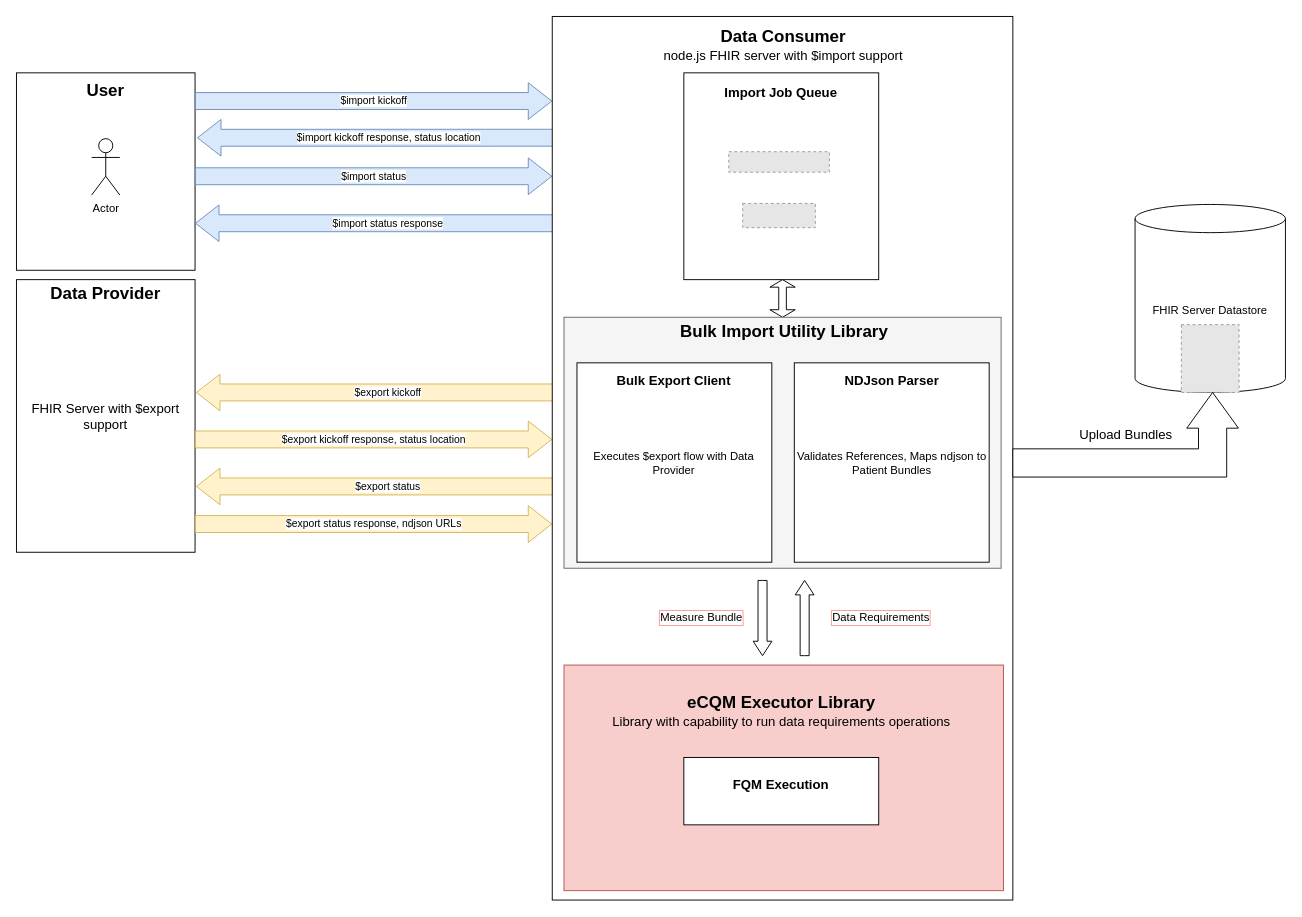
projecttacoma/deqm-test-server keeps this draw.io diagram as docs/bulk-submit-data.drawio. Above is the earlier version. Source tidied: cells renumbered, new cells numbered last; positions are measured from the earlier drawing's top-left corner, leaving out a move shared by most shapes. Both pictures are drawn from the tidied source at 94%, with x=0, y=0 at pixel (16, 16). Pictures stored in the file or linked from it are replaced by grey dashed boxes.
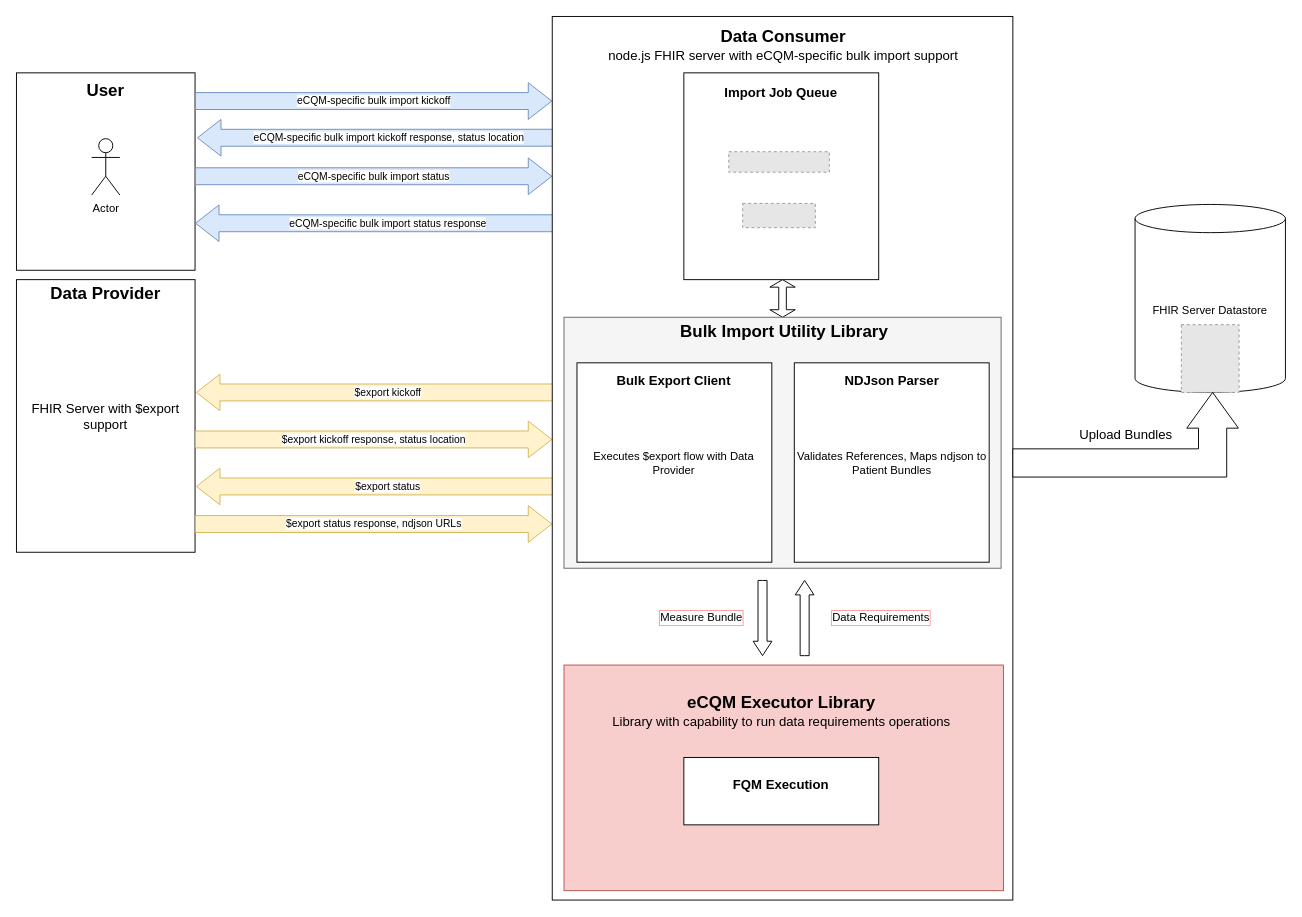
The same diagram, later.

Unchanged cells that the change refers to:
```xml
<mxCell id="3" style="rounded=0;whiteSpace=wrap;html=1;" parent="2" vertex="1">
  <mxGeometry width="190" height="210" as="geometry" />
</mxCell>
```

What changed in the source:
```diff
@@
-    <mxCell id="13" value="$import kickoff" style="shape=flexArrow;endArrow=classic;html=1;width=18;endSize=8;fillColor=#dae8fc;strokeColor=#6c8ebf;" parent="1" edge="1">
+    <mxCell id="13" value="eCQM-specific bulk import kickoff" style="shape=flexArrow;endArrow=classic;html=1;width=18;endSize=8;fillColor=#dae8fc;strokeColor=#6c8ebf;" parent="1" edge="1">
       <mxGeometry relative="1" as="geometry">
         <mxPoint x="190" y="90" as="sourcePoint" />
         <mxPoint x="570" y="90" as="targetPoint" />
       </mxGeometry>
     </mxCell>
-    <mxCell id="14" value="$import kickoff response, status location" style="shape=flexArrow;endArrow=classic;html=1;width=18;endSize=8;entryX=1.011;entryY=0.329;entryDx=0;entryDy=0;entryPerimeter=0;fillColor=#dae8fc;strokeColor=#6c8ebf;" parent="1" edge="1" target="3">
+    <mxCell id="14" value="eCQM-specific bulk import kickoff response, status location" style="shape=flexArrow;endArrow=classic;html=1;width=18;endSize=8;entryX=1.011;entryY=0.329;entryDx=0;entryDy=0;entryPerimeter=0;fillColor=#dae8fc;strokeColor=#6c8ebf;" parent="1" edge="1" target="3">
       <mxGeometry relative="1" as="geometry">
         <mxPoint x="600" y="129" as="sourcePoint" />
       </mxGeometry>
     </mxCell>
-    <mxCell id="15" value="$import status" style="shape=flexArrow;endArrow=classic;html=1;width=18;endSize=8;fillColor=#dae8fc;strokeColor=#6c8ebf;" parent="1" edge="1">
+    <mxCell id="15" value="eCQM-specific bulk import&amp;nbsp;status" style="shape=flexArrow;endArrow=classic;html=1;width=18;endSize=8;fillColor=#dae8fc;strokeColor=#6c8ebf;" parent="1" edge="1">
       <mxGeometry relative="1" as="geometry">
         <mxPoint x="190" y="170" as="sourcePoint" />
         <mxPoint x="570" y="170" as="targetPoint" />
       </mxGeometry>
     </mxCell>
-    <mxCell id="16" value="$import status response" style="shape=flexArrow;endArrow=classic;html=1;width=18;endSize=8;entryX=1.011;entryY=0.329;entryDx=0;entryDy=0;entryPerimeter=0;fillColor=#dae8fc;strokeColor=#6c8ebf;" parent="1" edge="1">
+    <mxCell id="16" value="eCQM-specific bulk import&amp;nbsp;status response" style="shape=flexArrow;endArrow=classic;html=1;width=18;endSize=8;entryX=1.011;entryY=0.329;entryDx=0;entryDy=0;entryPerimeter=0;fillColor=#dae8fc;strokeColor=#6c8ebf;" parent="1" edge="1">
       <mxGeometry relative="1" as="geometry">
         <mxPoint x="600" y="220" as="sourcePoint" />
         <mxPoint x="190" y="220" as="targetPoint" />
       </mxGeometry>
     </mxCell>
@@
-    <mxCell id="22" value="&lt;div&gt;&lt;font style=&quot;font-size: 18px&quot;&gt;&lt;b&gt;Data Consumer&lt;br&gt;&lt;/b&gt;&lt;/font&gt;&lt;/div&gt;&lt;div&gt;&lt;font style=&quot;font-size: 14px&quot;&gt;node.js FHIR server with $import support&lt;/font&gt;&lt;br&gt;&lt;/div&gt;" style="text;html=1;strokeColor=none;fillColor=none;align=center;verticalAlign=middle;whiteSpace=wrap;rounded=0;" parent="1" vertex="1">
+    <mxCell id="22" value="&lt;div&gt;&lt;font style=&quot;font-size: 18px&quot;&gt;&lt;b&gt;Data Consumer&lt;br&gt;&lt;/b&gt;&lt;/font&gt;&lt;/div&gt;&lt;div&gt;&lt;font style=&quot;font-size: 14px&quot;&gt;node.js FHIR server with eCQM-specific bulk import support&lt;/font&gt;&lt;br&gt;&lt;/div&gt;" style="text;html=1;strokeColor=none;fillColor=none;align=center;verticalAlign=middle;whiteSpace=wrap;rounded=0;" parent="1" vertex="1">
       <mxGeometry x="571.2" y="1.7" width="490" height="58.3" as="geometry" />
     </mxCell>
```
